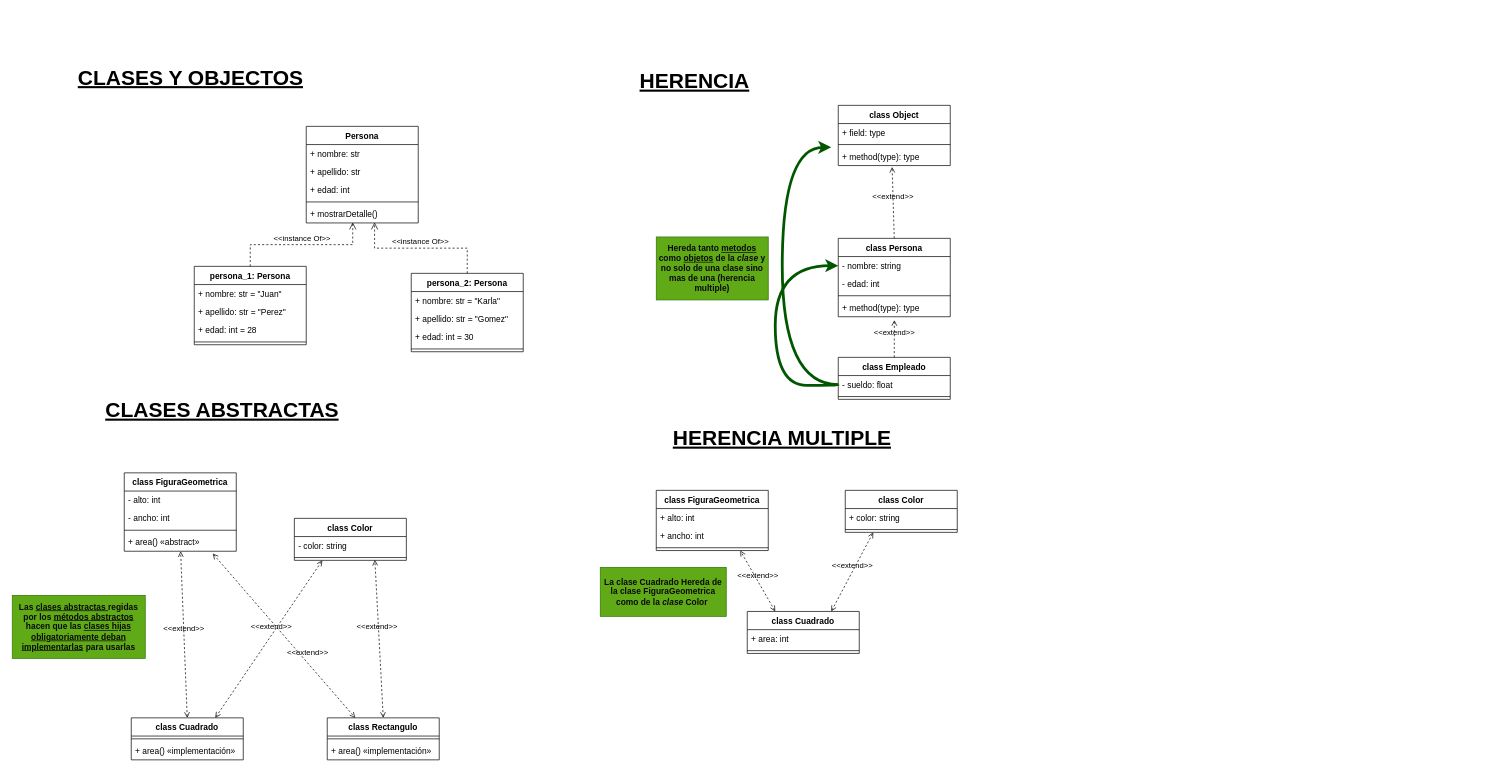
Earlier version of the draw.io diagram diagrams/POO_diagrams.drawio (DdyYazo/Python_Learning). Source tidied: cells renumbered, new cells numbered last; positions are measured from the earlier drawing's top-left corner, leaving out a move shared by most shapes. Both pictures are drawn from the tidied source at 70%, with x=0, y=0 at pixel (12, 66).
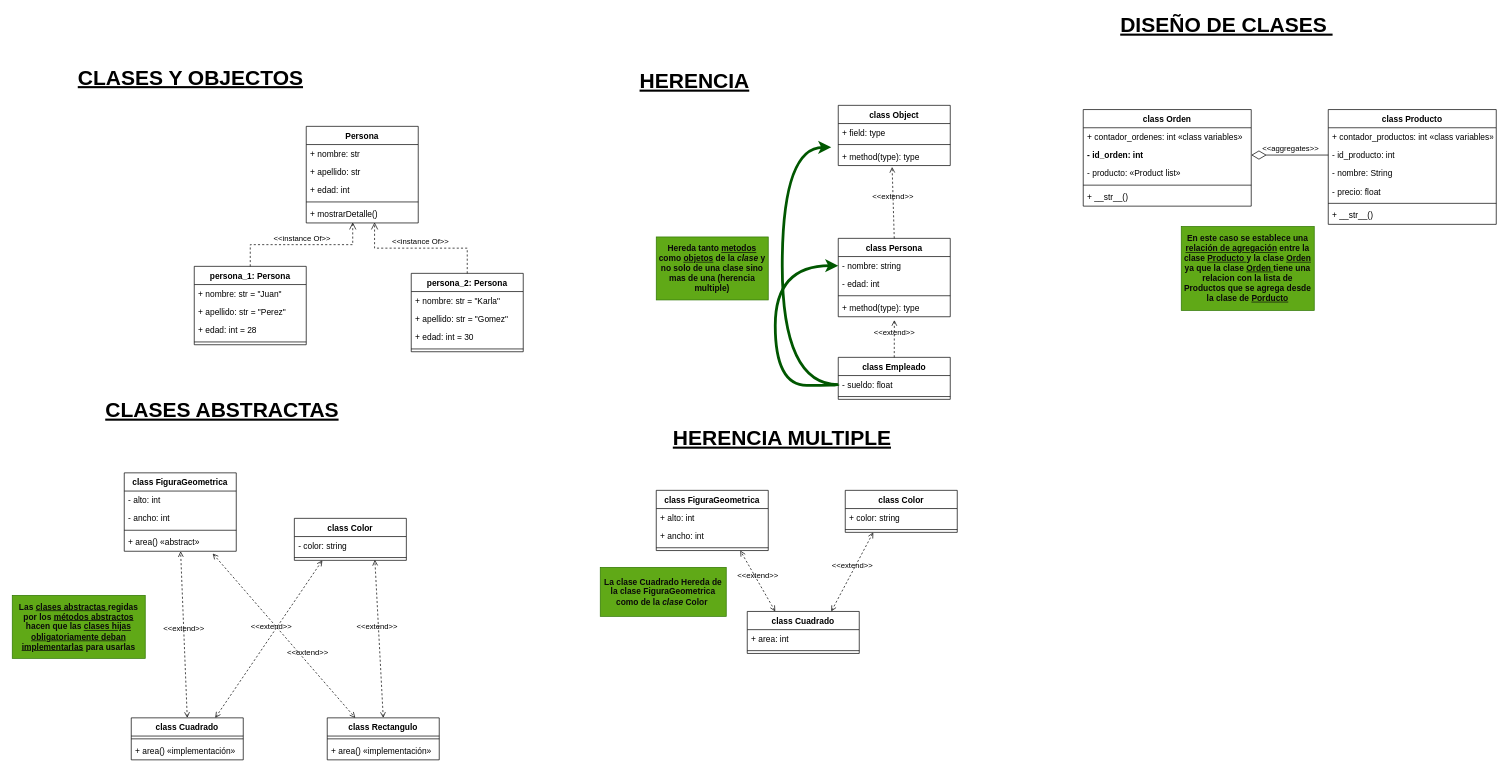
Above is the later version.

Commit message (it also covers changes not shown here):
🆕🗃️ feat(mod4-5_README): Polimorfismo, scripts, method isinstance, challenge diseño de Clases

The edit, as a diff of the source:
```diff
@@
+    <mxCell id="73" value="DISEÑO DE CLASES&amp;nbsp;" style="text;html=1;strokeColor=none;fillColor=none;align=center;verticalAlign=middle;whiteSpace=wrap;rounded=0;fontSize=30;fontStyle=5;" parent="1" vertex="1">
+      <mxGeometry x="1550" y="-75" width="370" height="30" as="geometry" />
+    </mxCell>
+    <mxCell id="74" value="&amp;lt;&amp;lt;aggregates&amp;gt;&amp;gt;" style="html=1;verticalAlign=bottom;labelBackgroundColor=none;endArrow=diamondThin;endFill=0;entryX=1;entryY=0.5;entryDx=0;entryDy=0;exitX=0;exitY=0.5;exitDx=0;exitDy=0;startArrow=none;startFill=0;endSize=19;" parent="1" edge="1" source="84" target="78">
+      <mxGeometry x="-0.01" relative="1" as="geometry" />
+    </mxCell>
+    <mxCell id="75" value="&lt;font color=&quot;#0b0a0a&quot;&gt;&lt;b&gt;En este caso se establece una &lt;u&gt;relación de agregación&lt;/u&gt; entre la clase &lt;u&gt;Producto &lt;/u&gt;y la clase &lt;u&gt;Orden &lt;/u&gt;ya que la clase &lt;u&gt;Orden &lt;/u&gt;tiene una relacion con la lista de Productos que se agrega desde la clase de &lt;u&gt;Porducto&lt;/u&gt;&lt;/b&gt;&lt;/font&gt;" style="text;html=1;strokeColor=#2D7600;fillColor=#60a917;align=center;verticalAlign=middle;whiteSpace=wrap;rounded=0;fontColor=#ffffff;" parent="1" vertex="1">
+      <mxGeometry x="1670" y="228" width="190" height="120" as="geometry" />
+    </mxCell>
+    <mxCell id="76" value="class Orden" style="swimlane;fontStyle=1;align=center;verticalAlign=top;horizontal=1;startSize=26;" parent="1" vertex="1">
+      <mxGeometry x="1530" y="61" width="240" height="138" as="geometry" />
+    </mxCell>
+    <mxCell id="77" value="+ contador_ordenes: int «class variables»" style="text;strokeColor=none;fillColor=none;align=left;verticalAlign=top;spacingLeft=4;spacingRight=4;overflow=hidden;" parent="76" vertex="1">
+      <mxGeometry y="26" width="240" height="26" as="geometry" />
+    </mxCell>
+    <mxCell id="78" value="- id_orden: int" style="text;strokeColor=none;fillColor=none;align=left;verticalAlign=top;spacingLeft=4;spacingRight=4;overflow=hidden;points=[[0,0.5],[1,0.5]];portConstraint=eastwest;fontStyle=1;" parent="76" vertex="1">
+      <mxGeometry y="52" width="240" height="26" as="geometry" />
+    </mxCell>
+    <mxCell id="79" value="- producto: «Product list»" style="text;strokeColor=none;fillColor=none;align=left;verticalAlign=top;spacingLeft=4;spacingRight=4;overflow=hidden;fontStyle=0;" parent="76" vertex="1">
+      <mxGeometry y="78" width="240" height="26" as="geometry" />
+    </mxCell>
+    <mxCell id="80" style="line;strokeWidth=1;fillColor=none;align=left;verticalAlign=middle;spacingTop=-1;spacingLeft=3;spacingRight=3;labelPosition=right;strokeColor=inherit;" parent="76" vertex="1">
+      <mxGeometry y="104" width="240" height="8" as="geometry" />
+    </mxCell>
+    <mxCell id="81" value="+ __str__() " style="text;strokeColor=none;fillColor=none;align=left;verticalAlign=top;spacingLeft=4;spacingRight=4;overflow=hidden;" parent="76" vertex="1">
+      <mxGeometry y="112" width="240" height="26" as="geometry" />
+    </mxCell>
+    <mxCell id="82" value="class Producto" style="swimlane;fontStyle=1;align=center;verticalAlign=top;horizontal=1;startSize=26;" parent="1" vertex="1">
+      <mxGeometry x="1880" y="61" width="240" height="164" as="geometry" />
+    </mxCell>
+    <mxCell id="83" value="+ contador_productos: int «class variables»" style="text;strokeColor=none;fillColor=none;align=left;verticalAlign=top;spacingLeft=4;spacingRight=4;overflow=hidden;" parent="82" vertex="1">
+      <mxGeometry y="26" width="240" height="26" as="geometry" />
+    </mxCell>
+    <mxCell id="84" value="- id_producto: int" style="text;strokeColor=none;fillColor=none;align=left;verticalAlign=top;spacingLeft=4;spacingRight=4;overflow=hidden;points=[[0,0.5],[1,0.5]];portConstraint=eastwest;fontStyle=0;" parent="82" vertex="1">
+      <mxGeometry y="52" width="240" height="26" as="geometry" />
+    </mxCell>
+    <mxCell id="85" value="- nombre: String" style="text;strokeColor=none;fillColor=none;align=left;verticalAlign=top;spacingLeft=4;spacingRight=4;overflow=hidden;fontStyle=0;" parent="82" vertex="1">
+      <mxGeometry y="78" width="240" height="26" as="geometry" />
+    </mxCell>
+    <mxCell id="86" value="- precio: float" style="text;strokeColor=none;fillColor=none;align=left;verticalAlign=top;spacingLeft=4;spacingRight=4;overflow=hidden;fontStyle=0;" parent="82" vertex="1">
+      <mxGeometry y="104" width="240" height="26" as="geometry" />
+    </mxCell>
+    <mxCell id="87" style="line;strokeWidth=1;fillColor=none;align=left;verticalAlign=middle;spacingTop=-1;spacingLeft=3;spacingRight=3;labelPosition=right;strokeColor=inherit;" parent="82" vertex="1">
+      <mxGeometry y="130" width="240" height="8" as="geometry" />
+    </mxCell>
+    <mxCell id="88" value="+ __str__() " style="text;strokeColor=none;fillColor=none;align=left;verticalAlign=top;spacingLeft=4;spacingRight=4;overflow=hidden;" parent="82" vertex="1">
+      <mxGeometry y="138" width="240" height="26" as="geometry" />
+    </mxCell>
```
